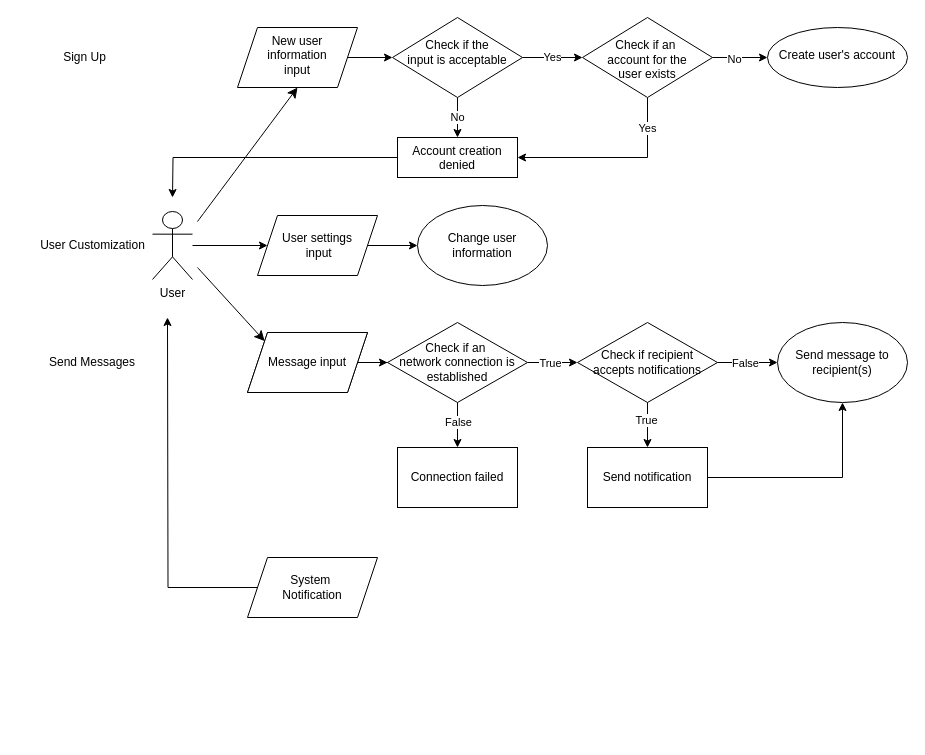
The draw.io diagram context.drawio in M4RL1M/CPSC-362-Chat-App-Project, before the edit. Source tidied: cells renumbered, new cells numbered last; positions are measured from the earlier drawing's top-left corner, leaving out a move shared by most shapes. Both pictures are drawn from the tidied source at 100%, with x=0, y=0 at pixel (17, 17).
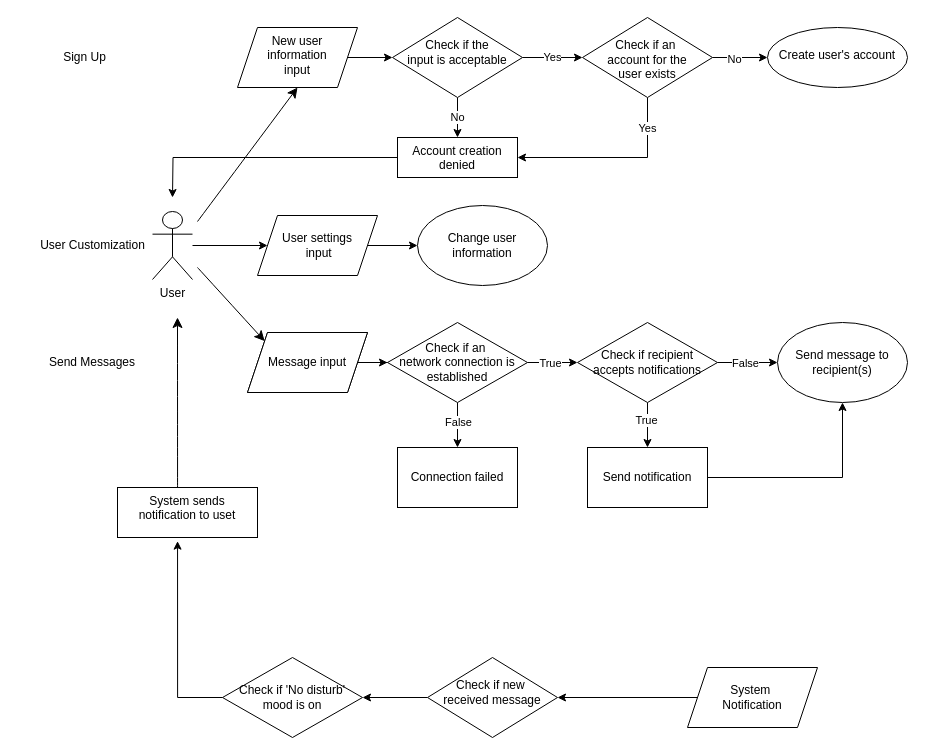
After the change.

The edit, as a diff of the source:
```diff
@@
-    <mxCell id="32" style="edgeStyle=orthogonalEdgeStyle;rounded=0;jettySize=auto;html=1;exitX=0;exitY=0.5;exitDx=0;exitDy=0;" parent="1" edge="1" source="40">
-      <mxGeometry relative="1" as="geometry">
-        <mxPoint x="150" y="300" as="targetPoint" />
-      </mxGeometry>
+    <mxCell id="32" style="edgeStyle=orthogonalEdgeStyle;rounded=0;jettySize=auto;html=1;exitX=0;exitY=0.5;exitDx=0;exitDy=0;" parent="1" edge="1" source="49" target="44">
+      <mxGeometry relative="1" as="geometry" />
     </mxCell>
@@
     <mxCell id="40" value="System&amp;nbsp;&lt;div&gt;Notification&lt;/div&gt;" style="shape=parallelogram;perimeter=parallelogramPerimeter;whiteSpace=wrap;html=1;fixedSize=1;" parent="1" vertex="1">
-      <mxGeometry x="230" y="540" width="130" height="60" as="geometry" />
+      <mxGeometry x="670" y="650" width="130" height="60" as="geometry" />
     </mxCell>
+    <mxCell id="44" value="Check if 'No disturb'&lt;div&gt;mood is on&lt;/div&gt;" style="rhombus;whiteSpace=wrap;html=1;" parent="1" vertex="1">
+      <mxGeometry x="205" y="640" width="140" height="80" as="geometry" />
+    </mxCell>
@@
+    <mxCell id="45" style="edgeStyle=none;curved=1;rounded=0;jettySize=auto;html=1;fontSize=12;startSize=8;endSize=8;exitX=0.429;exitY=0.007;exitDx=0;exitDy=0;exitPerimeter=0;" parent="1" edge="1" source="46">
+      <mxGeometry relative="1" as="geometry">
+        <mxPoint x="160" y="300" as="targetPoint" />
+      </mxGeometry>
+    </mxCell>
@@
+    <mxCell id="46" value="&lt;div&gt;&lt;span style=&quot;background-color: initial;&quot;&gt;System sends&lt;/span&gt;&lt;/div&gt;&lt;div&gt;&lt;span style=&quot;background-color: initial;&quot;&gt;notification to uset&lt;/span&gt;&lt;/div&gt;" style="whiteSpace=wrap;html=1;verticalAlign=top;" parent="1" vertex="1">
+      <mxGeometry x="100" y="470" width="140" height="50" as="geometry" />
+    </mxCell>
@@
+    <mxCell id="47" style="edgeStyle=orthogonalEdgeStyle;rounded=0;jettySize=auto;html=1;entryX=0.429;entryY=1.073;entryDx=0;entryDy=0;entryPerimeter=0;" parent="1" edge="1" target="46">
+      <mxGeometry relative="1" as="geometry">
+        <mxPoint x="205" y="680" as="sourcePoint" />
+        <Array as="points">
+          <mxPoint x="160" y="680" />
+        </Array>
+      </mxGeometry>
+    </mxCell>
+    <mxCell id="48" style="edgeStyle=orthogonalEdgeStyle;rounded=0;jettySize=auto;html=1;exitX=0;exitY=0.5;exitDx=0;exitDy=0;" parent="1" edge="1" source="40" target="49">
+      <mxGeometry relative="1" as="geometry" />
+    </mxCell>
+    <mxCell id="49" value="&lt;div&gt;&lt;br&gt;&lt;/div&gt;&lt;div&gt;Check if new&amp;nbsp;&lt;br&gt;&lt;/div&gt;&lt;div&gt;received message&lt;/div&gt;" style="rhombus;whiteSpace=wrap;html=1;verticalAlign=top;" parent="1" vertex="1">
+      <mxGeometry x="410" y="640" width="130" height="80" as="geometry" />
+    </mxCell>
```
